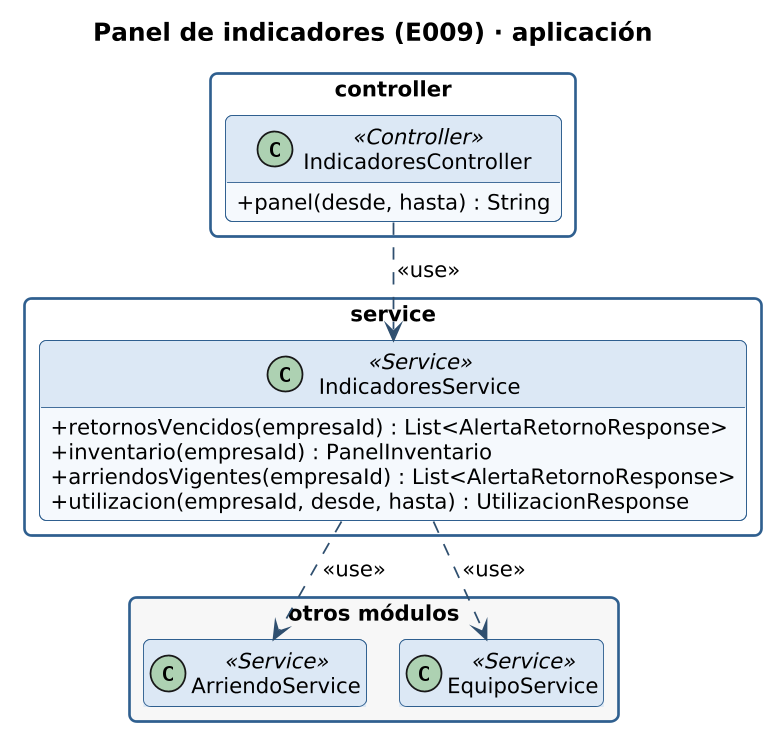
This is docs/diagramas/clases-indicadores-aplicacion.png from gonzaloarenasduoc/Mira, a PlantUML export, as it was before one commit. The source it was exported from:
```plantuml
@startuml clases-indicadores-aplicacion
!include _estilo.iuml
hide empty members
skinparam classAttributeIconSize 0
skinparam packageStyle rectangle
skinparam nodesep 25
skinparam ranksep 45
title Panel de indicadores (E009) · aplicación

package "controller" {
  class IndicadoresController <<Controller>> {
    + panel(desde, hasta) : String
  }
}
package "service" {
  class IndicadoresService <<Service>> {
    + retornosVencidos(empresaId) : List<AlertaRetornoResponse>
    + inventario(empresaId) : PanelInventario
    + arriendosVigentes(empresaId) : List<AlertaRetornoResponse>
    + utilizacion(empresaId, desde, hasta) : UtilizacionResponse
  }
}
package "otros módulos" #F7F7F7 {
  class ArriendoService <<Service>>
  class EquipoService <<Service>>
}
IndicadoresService ..> ArriendoService : <<use>>
IndicadoresService ..> EquipoService : <<use>>
IndicadoresController ..> IndicadoresService : <<use>>
@enduml
```
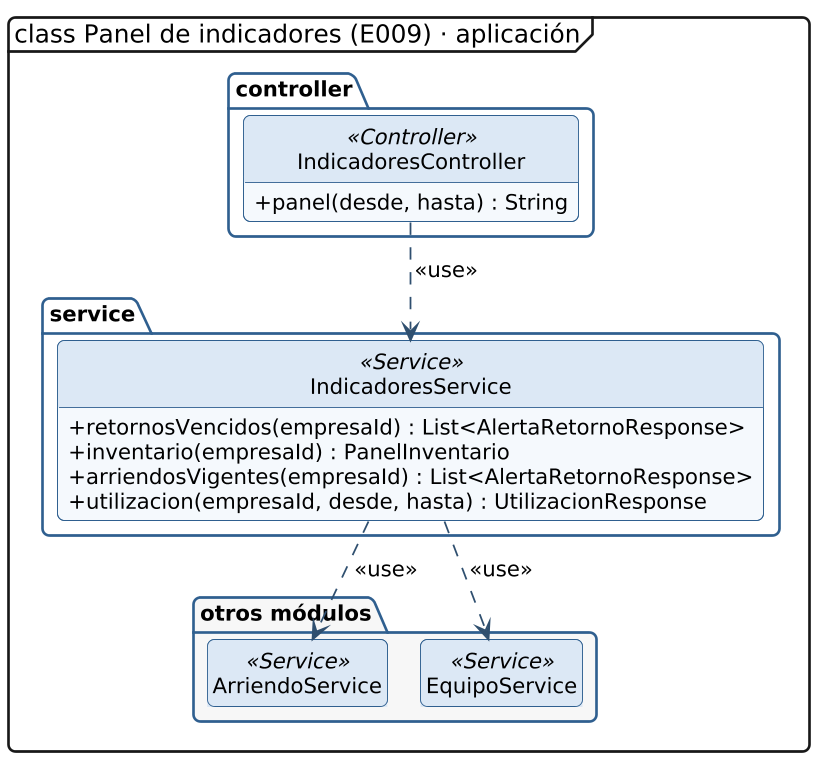
After the commit.

Diff of the diagram source:
```diff
@@ -1,11 +1,12 @@
 @startuml clases-indicadores-aplicacion
 !include _estilo.iuml
 hide empty members
+hide circle
 skinparam classAttributeIconSize 0
-skinparam packageStyle rectangle
+skinparam packageStyle folder
 skinparam nodesep 25
 skinparam ranksep 45
-title Panel de indicadores (E009) · aplicación
+mainframe class Panel de indicadores (E009) · aplicación
 
 package "controller" {
   class IndicadoresController <<Controller>> {
```
